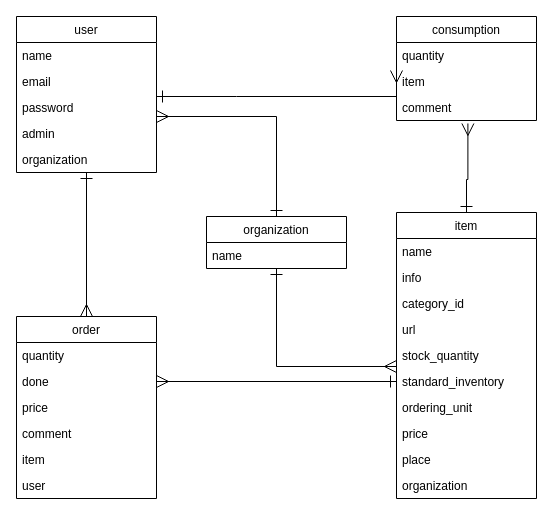
Before: stock.dio in mikuma1/stock, a draw.io diagram. Source tidied: cells renumbered, new cells numbered last; positions are measured from the earlier drawing's top-left corner, leaving out a move shared by most shapes. Both pictures are drawn from the tidied source at 100%, with x=0, y=0 at pixel (16, 16).
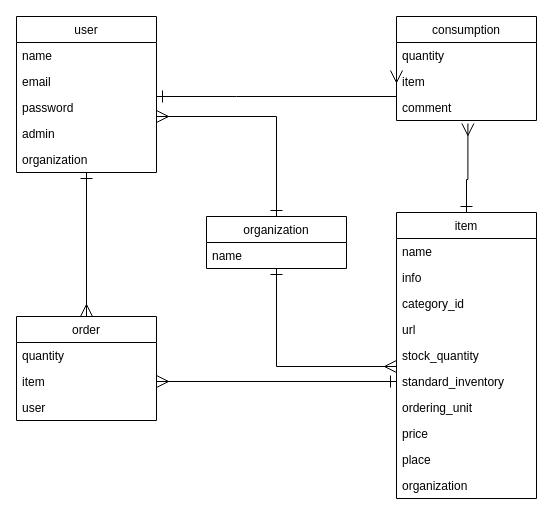
The same diagram, later.

The change refers to these unchanged cells:
```xml
<mxCell id="24" value="standard_inventory" style="text;strokeColor=none;fillColor=none;align=left;verticalAlign=top;spacingLeft=4;spacingRight=4;overflow=hidden;points=[[0,0.5],[1,0.5]];portConstraint=eastwest;" parent="18" vertex="1">
  <mxGeometry y="156" width="140" height="26" as="geometry" />
</mxCell>
```

Change to the diagram source:
```diff
@@
     <mxCell id="10" value="order" style="swimlane;fontStyle=0;horizontal=1;startSize=26;fillColor=none;" parent="1" vertex="1">
-      <mxGeometry y="300" width="140" height="182" as="geometry" />
+      <mxGeometry y="300" width="140" height="104" as="geometry" />
     </mxCell>
@@
-    <mxCell id="12" value="done" style="text;strokeColor=none;fillColor=none;align=left;verticalAlign=top;spacingLeft=4;spacingRight=4;overflow=hidden;points=[[0,0.5],[1,0.5]];portConstraint=eastwest;" parent="10" vertex="1">
-      <mxGeometry y="52" width="140" height="26" as="geometry" />
-    </mxCell>
-    <mxCell id="13" value="price" style="text;strokeColor=none;fillColor=none;align=left;verticalAlign=top;spacingLeft=4;spacingRight=4;overflow=hidden;" parent="10" vertex="1">
-      <mxGeometry y="78" width="140" height="26" as="geometry" />
-    </mxCell>
-    <mxCell id="14" value="comment" style="text;strokeColor=none;fillColor=none;align=left;verticalAlign=top;spacingLeft=4;spacingRight=4;overflow=hidden;" parent="10" vertex="1">
-      <mxGeometry y="104" width="140" height="26" as="geometry" />
-    </mxCell>
     <mxCell id="15" value="item" style="text;strokeColor=none;fillColor=none;align=left;verticalAlign=top;spacingLeft=4;spacingRight=4;overflow=hidden;" parent="10" vertex="1">
-      <mxGeometry y="130" width="140" height="26" as="geometry" />
+      <mxGeometry y="52" width="140" height="26" as="geometry" />
     </mxCell>
     <mxCell id="16" value="user" style="text;strokeColor=none;fillColor=none;align=left;verticalAlign=top;spacingLeft=4;spacingRight=4;overflow=hidden;" parent="10" vertex="1">
-      <mxGeometry y="156" width="140" height="26" as="geometry" />
+      <mxGeometry y="78" width="140" height="26" as="geometry" />
     </mxCell>
@@
-    <mxCell id="37" style="edgeStyle=orthogonalEdgeStyle;rounded=0;jettySize=auto;html=1;entryX=1;entryY=0.5;entryDx=0;entryDy=0;endArrow=ERmany;endFill=0;startArrow=ERone;startFill=0;endSize=10;startSize=10;" parent="1" edge="1" source="24" target="12">
-      <mxGeometry relative="1" as="geometry" />
+    <mxCell id="37" style="edgeStyle=orthogonalEdgeStyle;rounded=0;jettySize=auto;html=1;entryX=1;entryY=0.5;entryDx=0;entryDy=0;endArrow=ERmany;endFill=0;startArrow=ERone;startFill=0;endSize=10;startSize=10;" parent="1" edge="1" source="24">
+      <mxGeometry relative="1" as="geometry">
+        <mxPoint x="140" y="365" as="targetPoint" />
+      </mxGeometry>
     </mxCell>
```
